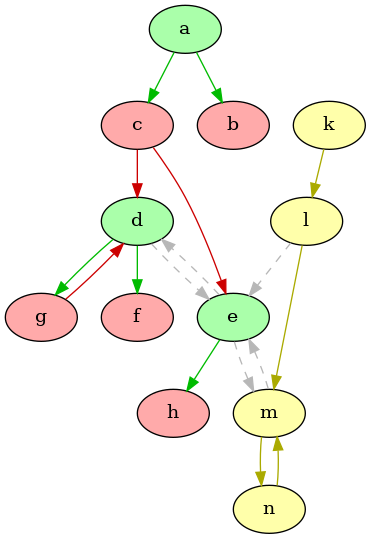
Earlier version of the Graphviz export XLoKR-2023/2-Statelog_version/output/colored_edge_graph.png (idaks/Games-and-Argumentation). Its source is kept beside it as XLoKR-2023/2-Statelog_version/output/colored_edge_graph.dot.
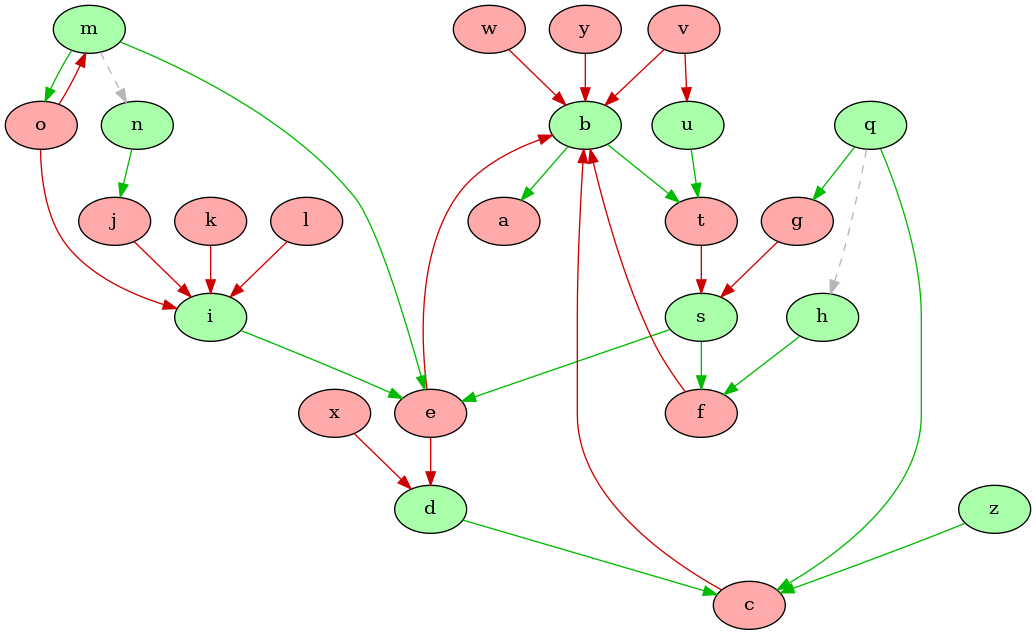
The same diagram one commit later.

Diff of the diagram source:
```diff
@@ -1,65 +1,116 @@
 strict digraph "" {
-	a	[fillcolor="#AAFFAA",
+	b	[fillcolor="#AAFFAA",
 		style=filled];
-	b	[fillcolor="#FFAAAA",
+	a	[fillcolor="#FFAAAA",
 		style=filled];
-	a -> b	[color="#00BB00",
+	b -> a	[color="#00BB00",
+		dir=forward];
+	t	[fillcolor="#FFAAAA",
+		style=filled];
+	b -> t	[color="#00BB00",
+		dir=forward];
+	s	[fillcolor="#AAFFAA",
+		style=filled];
+	t -> s	[color="#CC0000",
+		dir=forward];
+	e	[fillcolor="#FFAAAA",
+		style=filled];
+	s -> e	[color="#00BB00",
+		dir=forward];
+	f	[fillcolor="#FFAAAA",
+		style=filled];
+	s -> f	[color="#00BB00",
 		dir=forward];
 	c	[fillcolor="#FFAAAA",
 		style=filled];
-	a -> c	[color="#00BB00",
+	c -> b	[color="#CC0000",
 		dir=forward];
 	d	[fillcolor="#AAFFAA",
 		style=filled];
-	c -> d	[color="#CC0000",
+	d -> c	[color="#00BB00",
 		dir=forward];
-	e	[fillcolor="#AAFFAA",
-		style=filled];
-	c -> e	[color="#CC0000",
+	e -> b	[color="#CC0000",
 		dir=forward];
-	d -> e	[color="#b7b7b7",
-		dir=forward,
-		style=dashed];
-	f	[fillcolor="#FFAAAA",
-		style=filled];
-	d -> f	[color="#00BB00",
+	e -> d	[color="#CC0000",
+		dir=forward];
+	f -> b	[color="#CC0000",
 		dir=forward];
 	g	[fillcolor="#FFAAAA",
 		style=filled];
-	d -> g	[color="#00BB00",
+	g -> s	[color="#CC0000",
 		dir=forward];
-	e -> d	[color="#b7b7b7",
+	h	[fillcolor="#AAFFAA",
+		style=filled];
+	h -> f	[color="#00BB00",
+		dir=forward];
+	i	[fillcolor="#AAFFAA",
+		style=filled];
+	i -> e	[color="#00BB00",
+		dir=forward];
+	j	[fillcolor="#FFAAAA",
+		style=filled];
+	j -> i	[color="#CC0000",
+		dir=forward];
+	k	[fillcolor="#FFAAAA",
+		style=filled];
+	k -> i	[color="#CC0000",
+		dir=forward];
+	l	[fillcolor="#FFAAAA",
+		style=filled];
+	l -> i	[color="#CC0000",
+		dir=forward];
+	m	[fillcolor="#AAFFAA",
+		style=filled];
+	m -> e	[color="#00BB00",
+		dir=forward];
+	o	[fillcolor="#FFAAAA",
+		style=filled];
+	m -> o	[color="#00BB00",
+		dir=forward];
+	n	[fillcolor="#AAFFAA",
+		style=filled];
+	m -> n	[color="#b7b7b7",
 		dir=forward,
 		style=dashed];
-	m	[fillcolor="#FFFFAA",
+	o -> i	[color="#CC0000",
+		dir=forward];
+	o -> m	[color="#CC0000",
+		dir=forward];
+	n -> j	[color="#00BB00",
+		dir=forward];
+	q	[fillcolor="#AAFFAA",
 		style=filled];
-	e -> m	[color="#b7b7b7",
+	q -> c	[color="#00BB00",
+		dir=forward];
+	q -> g	[color="#00BB00",
+		dir=forward];
+	q -> h	[color="#b7b7b7",
 		dir=forward,
 		style=dashed];
-	h	[fillcolor="#FFAAAA",
+	u	[fillcolor="#AAFFAA",
 		style=filled];
-	e -> h	[color="#00BB00",
+	u -> t	[color="#00BB00",
 		dir=forward];
-	k	[fillcolor="#FFFFAA",
+	v	[fillcolor="#FFAAAA",
 		style=filled];
-	l	[fillcolor="#FFFFAA",
+	v -> b	[color="#CC0000",
+		dir=forward];
+	v -> u	[color="#CC0000",
+		dir=forward];
+	w	[fillcolor="#FFAAAA",
 		style=filled];
-	k -> l	[color="#AAAA00",
+	w -> b	[color="#CC0000",
 		dir=forward];
-	l -> e	[color="#b7b7b7",
-		dir=forward,
-		style=dashed];
-	l -> m	[color="#AAAA00",
+	x	[fillcolor="#FFAAAA",
+		style=filled];
+	x -> d	[color="#CC0000",
 		dir=forward];
-	m -> e	[color="#b7b7b7",
-		dir=forward,
-		style=dashed];
-	n	[fillcolor="#FFFFAA",
+	y	[fillcolor="#FFAAAA",
 		style=filled];
-	m -> n	[color="#AAAA00",
+	y -> b	[color="#CC0000",
 		dir=forward];
-	g -> d	[color="#CC0000",
-		dir=forward];
-	n -> m	[color="#AAAA00",
+	z	[fillcolor="#AAFFAA",
+		style=filled];
+	z -> c	[color="#00BB00",
 		dir=forward];
 }
```
